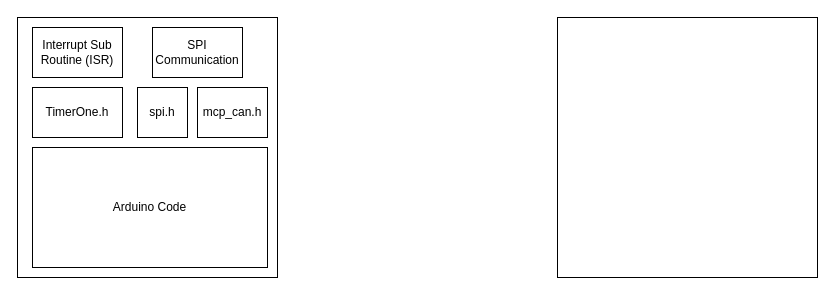
The draw.io diagram Documentation/CodeFlow.drawio in jojeongmin304/DES_Instrument-Cluster, before the edit. Source tidied: cells renumbered, new cells numbered last; positions are measured from the earlier drawing's top-left corner, leaving out a move shared by most shapes. Both pictures are drawn from the tidied source at 100%, with x=0, y=0 at pixel (17, 17).
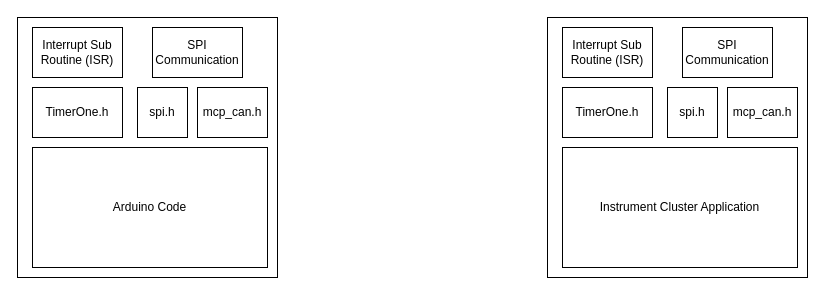
Above is the later version.

The edit, as a diff of the source:
```diff
@@
 <mxGraphModel>
   <root>
     <mxCell id="0" />
     <mxCell id="1" parent="0" />
-    <mxCell id="2" style="whiteSpace=wrap;html=1;fillColor=none;" parent="1" vertex="1">
-      <mxGeometry x="540" width="260" height="260" as="geometry" />
-    </mxCell>
     <mxCell id="3" style="group;" parent="1" vertex="1">
       <mxGeometry width="260" height="260" as="geometry" />
     </mxCell>
     <mxCell id="4" style="whiteSpace=wrap;html=1;fillColor=none;" parent="3" vertex="1">
       <mxGeometry width="260" height="260" as="geometry" />
     </mxCell>
     <mxCell id="5" value="Interrupt Sub Routine (ISR)" style="rounded=0;whiteSpace=wrap;html=1;" parent="3" vertex="1">
       <mxGeometry x="15" y="10" width="90" height="50" as="geometry" />
     </mxCell>
     <mxCell id="6" value="Arduino Code" style="rounded=0;whiteSpace=wrap;html=1;" parent="3" vertex="1">
       <mxGeometry x="15" y="130" width="235" height="120" as="geometry" />
     </mxCell>
     <mxCell id="7" value="SPI Communication" style="rounded=0;whiteSpace=wrap;html=1;" parent="3" vertex="1">
       <mxGeometry x="135" y="10" width="90" height="50" as="geometry" />
     </mxCell>
     <mxCell id="8" value="TimerOne.h" style="rounded=0;whiteSpace=wrap;html=1;" parent="3" vertex="1">
       <mxGeometry x="15" y="70" width="90" height="50" as="geometry" />
     </mxCell>
     <mxCell id="9" value="mcp_can.h" style="rounded=0;whiteSpace=wrap;html=1;" parent="3" vertex="1">
       <mxGeometry x="180" y="70" width="70" height="50" as="geometry" />
     </mxCell>
     <mxCell id="10" value="spi.h" style="rounded=0;whiteSpace=wrap;html=1;" parent="3" vertex="1">
       <mxGeometry x="120" y="70" width="50" height="50" as="geometry" />
     </mxCell>
+    <mxCell id="11" style="group;" parent="1" vertex="1">
+      <mxGeometry x="530" width="260" height="260" as="geometry" />
+    </mxCell>
+    <mxCell id="12" style="whiteSpace=wrap;html=1;fillColor=none;" parent="11" vertex="1">
+      <mxGeometry width="260" height="260" as="geometry" />
+    </mxCell>
+    <mxCell id="13" value="Interrupt Sub Routine (ISR)" style="rounded=0;whiteSpace=wrap;html=1;" parent="11" vertex="1">
+      <mxGeometry x="15" y="10" width="90" height="50" as="geometry" />
+    </mxCell>
+    <mxCell id="14" value="Instrument Cluster Application" style="rounded=0;whiteSpace=wrap;html=1;" parent="11" vertex="1">
+      <mxGeometry x="15" y="130" width="235" height="120" as="geometry" />
+    </mxCell>
+    <mxCell id="15" value="SPI Communication" style="rounded=0;whiteSpace=wrap;html=1;" parent="11" vertex="1">
+      <mxGeometry x="135" y="10" width="90" height="50" as="geometry" />
+    </mxCell>
+    <mxCell id="16" value="TimerOne.h" style="rounded=0;whiteSpace=wrap;html=1;" parent="11" vertex="1">
+      <mxGeometry x="15" y="70" width="90" height="50" as="geometry" />
+    </mxCell>
+    <mxCell id="17" value="mcp_can.h" style="rounded=0;whiteSpace=wrap;html=1;" parent="11" vertex="1">
+      <mxGeometry x="180" y="70" width="70" height="50" as="geometry" />
+    </mxCell>
+    <mxCell id="18" value="spi.h" style="rounded=0;whiteSpace=wrap;html=1;" parent="11" vertex="1">
+      <mxGeometry x="120" y="70" width="50" height="50" as="geometry" />
+    </mxCell>
   </root>
 </mxGraphModel>
```
